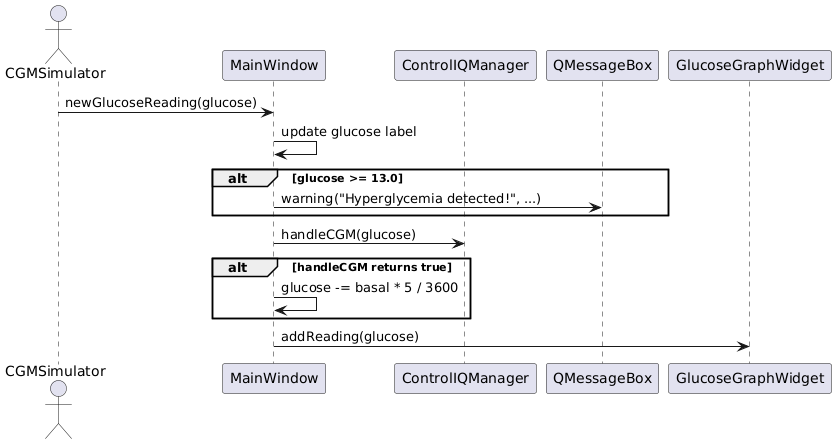
cgawdzik/COMP3004-TeamProject keeps this PlantUML diagram as Diagrams-Usecases/Sequence-Diagrams(Emergency-Scenarios)/Hyperglycemia.png. Above is the earlier version.
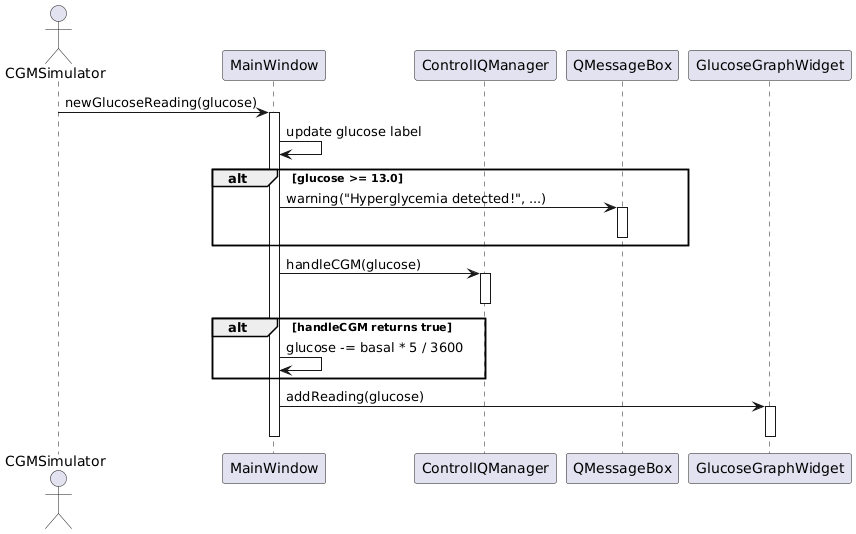
Above is the later version.

The edit, as a diff of the source:
```diff
@@ -6,13 +6,26 @@
 participant GlucoseGraphWidget
 
 CGMSimulator -> MainWindow : newGlucoseReading(glucose)
+activate MainWindow
 MainWindow -> MainWindow : update glucose label
+
 alt glucose >= 13.0
     MainWindow -> QMessageBox : warning("Hyperglycemia detected!", ...)
+    activate QMessageBox
+    deactivate QMessageBox
 end
+
 MainWindow -> ControlIQManager : handleCGM(glucose)
+activate ControlIQManager
+deactivate ControlIQManager
+
 alt handleCGM returns true
     MainWindow -> MainWindow : glucose -= basal * 5 / 3600
 end
+
 MainWindow -> GlucoseGraphWidget : addReading(glucose)
+activate GlucoseGraphWidget
+deactivate GlucoseGraphWidget
+
+deactivate MainWindow
 @enduml
```
